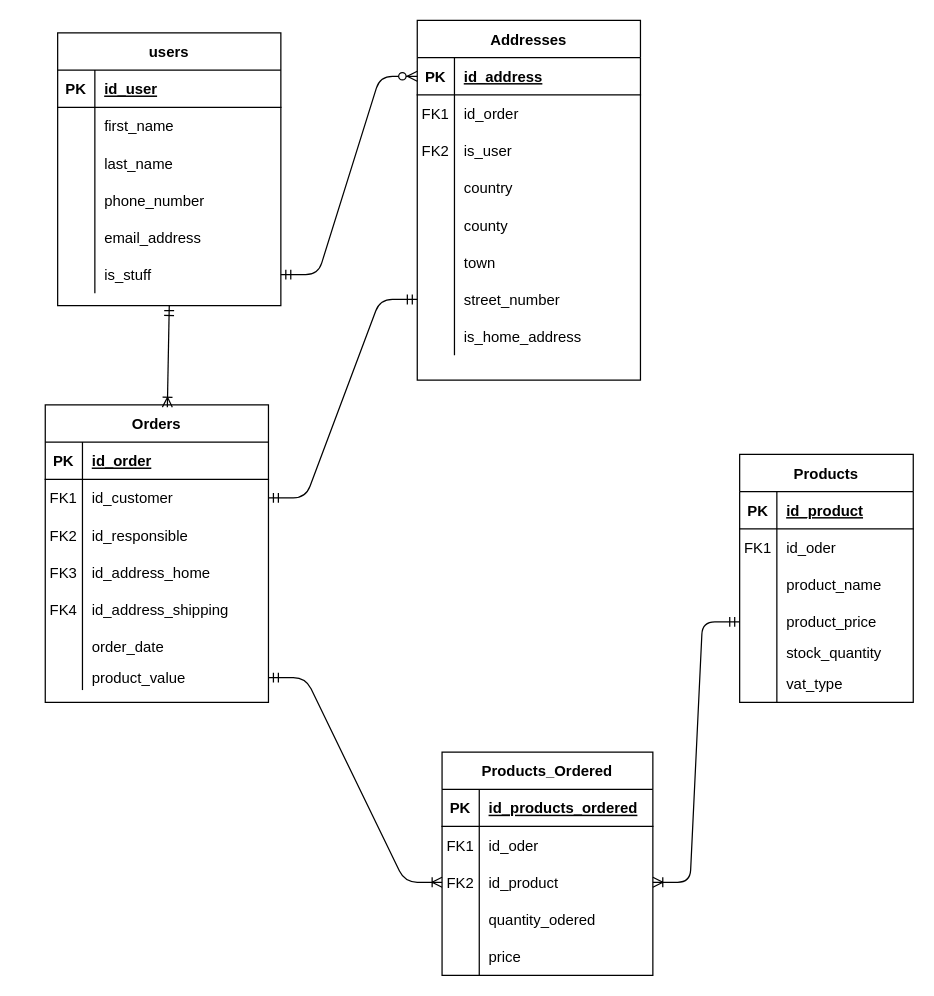
Before: E-shop.drawio in capsabogdan/Google-Python, a draw.io diagram. Source tidied: cells renumbered, new cells numbered last; positions are measured from the earlier drawing's top-left corner, leaving out a move shared by most shapes. Both pictures are drawn from the tidied source at 124%, with x=0, y=0 at pixel (45, 20).
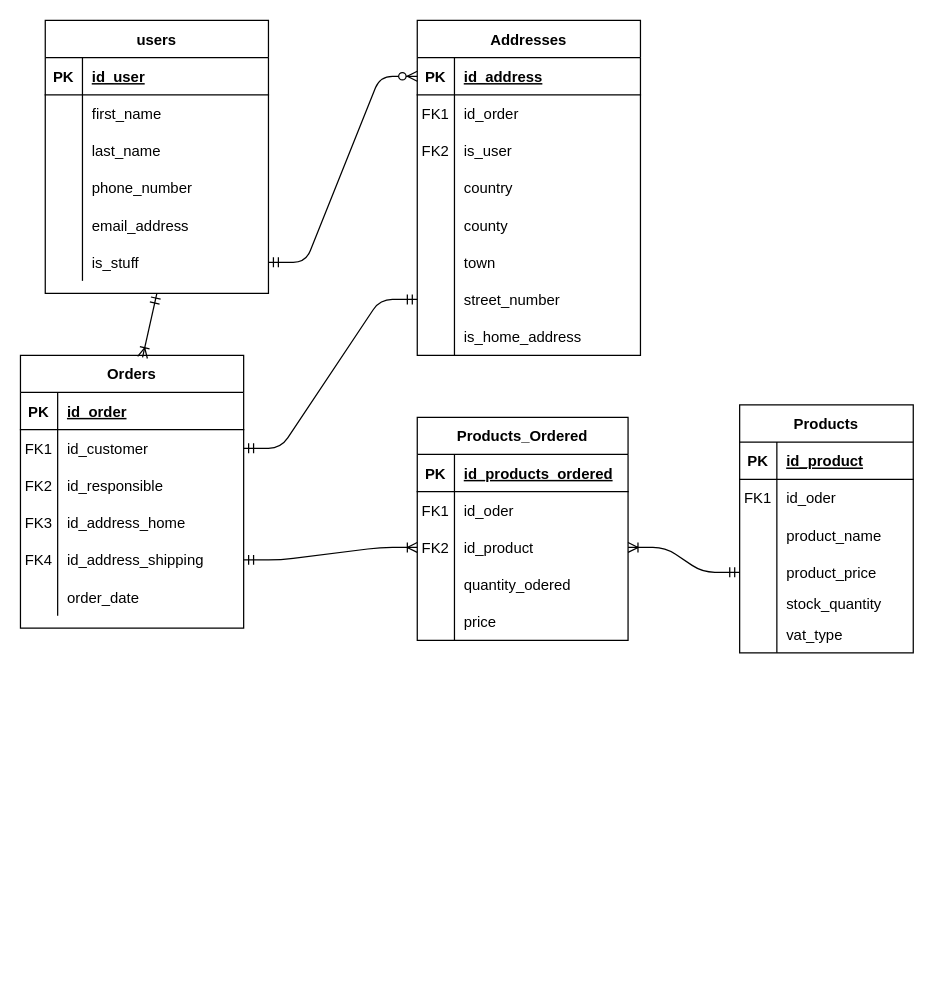
The same page after the edit.

The change refers to these unchanged cells:
```xml
<mxCell id="15" style="shape=partialRectangle;fillColor=none;top=0;left=0;bottom=0;right=0;points=[[0,0.5],[1,0.5]];portConstraint=eastwest;" parent="2" vertex="1">
  <mxGeometry y="150" width="180" height="30" as="geometry" />
</mxCell>
<mxCell id="96" style="shape=partialRectangle;fillColor=none;top=0;left=0;bottom=0;right=0;points=[[0,0.5],[1,0.5]];portConstraint=eastwest;" parent="89" vertex="1">
  <mxGeometry y="90" width="170" height="30" as="geometry" />
</mxCell>
```

Change to the diagram source:
```diff
@@
     <mxCell id="2" value="Orders" style="shape=table;startSize=30;childLayout=tableLayout;rowLines=0;fontStyle=1;align=center;" parent="1" vertex="1">
-      <mxGeometry y="310" width="180" height="240" as="geometry" />
+      <mxGeometry x="-20" y="270" width="180" height="220" as="geometry" />
     </mxCell>
@@
-    <mxCell id="21" style="shape=partialRectangle;fillColor=none;top=0;left=0;bottom=0;right=0;points=[[0,0.5],[1,0.5]];portConstraint=eastwest;" parent="2" vertex="1">
-      <mxGeometry y="210" width="180" height="20" as="geometry" />
-    </mxCell>
-    <mxCell id="22" style="shape=partialRectangle;fillColor=none;top=0;left=0;bottom=0;right=0;overflow=hidden;" parent="21" vertex="1">
-      <mxGeometry width="30" height="20" as="geometry" />
-    </mxCell>
-    <mxCell id="23" value="product_value" style="shape=partialRectangle;fillColor=none;top=0;left=0;bottom=0;right=0;align=left;spacingLeft=6;overflow=hidden;" parent="21" vertex="1">
-      <mxGeometry x="30" width="150" height="20" as="geometry" />
-    </mxCell>
     <mxCell id="24" value="Products" style="shape=table;startSize=30;childLayout=tableLayout;rowLines=0;fontStyle=1;align=center;" parent="1" vertex="1">
-      <mxGeometry x="560" y="350" width="140" height="200" as="geometry" />
+      <mxGeometry x="560" y="310" width="140" height="200" as="geometry" />
     </mxCell>
@@
     <mxCell id="43" value="users" style="shape=table;startSize=30;childLayout=tableLayout;rowLines=0;fontStyle=1;align=center;" parent="1" vertex="1">
-      <mxGeometry x="10" y="10" width="180" height="220" as="geometry" />
+      <mxGeometry width="180" height="220" as="geometry" />
     </mxCell>
@@
     <mxCell id="62" value="Addresses" style="shape=table;startSize=30;childLayout=tableLayout;rowLines=0;fontStyle=1;align=center;" parent="1" vertex="1">
-      <mxGeometry x="300" width="180" height="290" as="geometry" />
+      <mxGeometry x="300" width="180" height="270" as="geometry" />
     </mxCell>
@@
-    <mxCell id="87" style="edgeStyle=entityRelationEdgeStyle;fontSize=12;html=1;endArrow=ERoneToMany;startArrow=ERmandOne;exitX=1;exitY=0.5;exitDx=0;exitDy=0;entryX=0;entryY=0.5;entryDx=0;entryDy=0;" parent="1" edge="1" source="21" target="96">
+    <mxCell id="87" style="edgeStyle=entityRelationEdgeStyle;fontSize=12;html=1;endArrow=ERoneToMany;startArrow=ERmandOne;exitX=1;exitY=0.5;exitDx=0;exitDy=0;entryX=0;entryY=0.5;entryDx=0;entryDy=0;" parent="1" edge="1" source="15" target="96">
       <mxGeometry relative="1" as="geometry" />
     </mxCell>
@@
     <mxCell id="89" value="Products_Ordered" style="shape=table;startSize=30;childLayout=tableLayout;rowLines=0;fontStyle=1;align=center;" parent="1" vertex="1">
-      <mxGeometry x="320" y="590" width="170" height="180" as="geometry" />
+      <mxGeometry x="300" y="320" width="170" height="180" as="geometry" />
     </mxCell>
```
